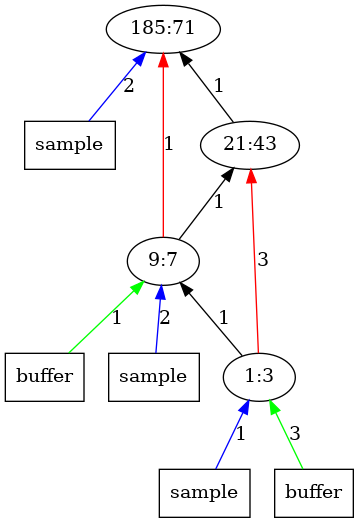
Above: outputImages/op71.png.png in AbhikKhan/MTP_IITG (Graphviz), before the change. Its source is kept beside it as outputTrees/op71.dot.
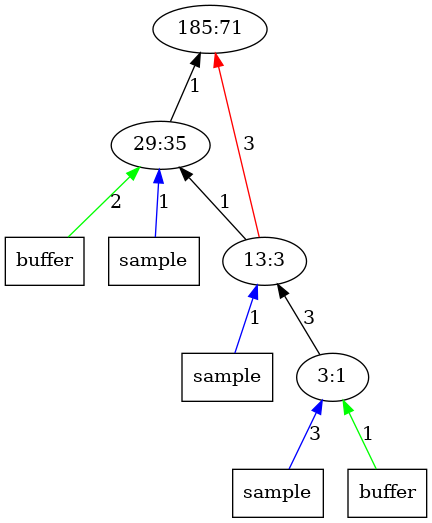
After the change.

What changed in the source:
```diff
@@ -1,22 +1,21 @@
 digraph Tree{
 	rankdir="BT"
-	x11 -> 1 [label = "2", color = "blue"];
-	x11 [label = "sample", shape = "box"];
 	1 [label = "185:71"];
 	2 -> 1 [label = "1", color = "black"];
-	2 [label = "21:43"];
+	x22 -> 2 [label = "2", color = "green"];
+	x22 [label = "buffer", shape = "box"];
+	x21 -> 2 [label = "1", color = "blue"];
+	x21 [label = "sample", shape = "box"];
+	2 [label = "29:35"];
 	3 -> 2 [label = "1", color = "black"];
-	x32 -> 3 [label = "1", color = "green"];
-	x32 [label = "buffer", shape = "box"];
-	3 -> 1 [label = "1", color = "red"];
-	x31 -> 3 [label = "2", color = "blue"];
+	3 -> 1 [label = "3", color = "red"];
+	x31 -> 3 [label = "1", color = "blue"];
 	x31 [label = "sample", shape = "box"];
-	3 [label = "9:7"];
-	4 -> 2 [label = "3", color = "red"];
-	4 -> 3 [label = "1", color = "black"];
-	x41 -> 4 [label = "1", color = "blue"];
+	3 [label = "13:3"];
+	4 -> 3 [label = "3", color = "black"];
+	x41 -> 4 [label = "3", color = "blue"];
 	x41 [label = "sample", shape = "box"];
-	x42 -> 4 [label = "3", color = "green"];
+	x42 -> 4 [label = "1", color = "green"];
 	x42 [label = "buffer", shape = "box"];
-	4 [label = "1:3"];
+	4 [label = "3:1"];
 }
```
